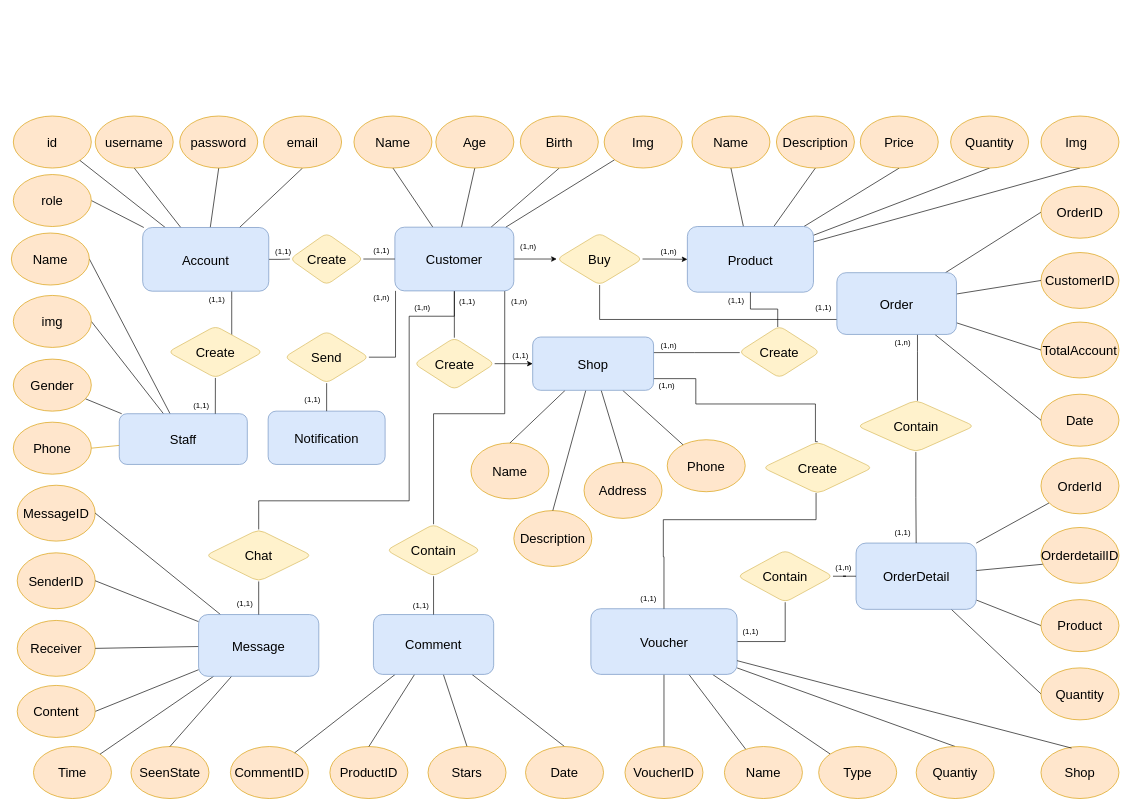
The draw.io diagram page "er diagram" (6 of 7) of Designed Diagram/diagram.drawio in lovecrushfamily/LovE-Commerce-v0.0.2, before the edit. Source tidied: cells renumbered, new cells numbered last; positions are measured from the earlier drawing's top-left corner, leaving out a move shared by most shapes. Both pictures are drawn from the tidied source at 65%, with x=0, y=0 at pixel (11, 116).
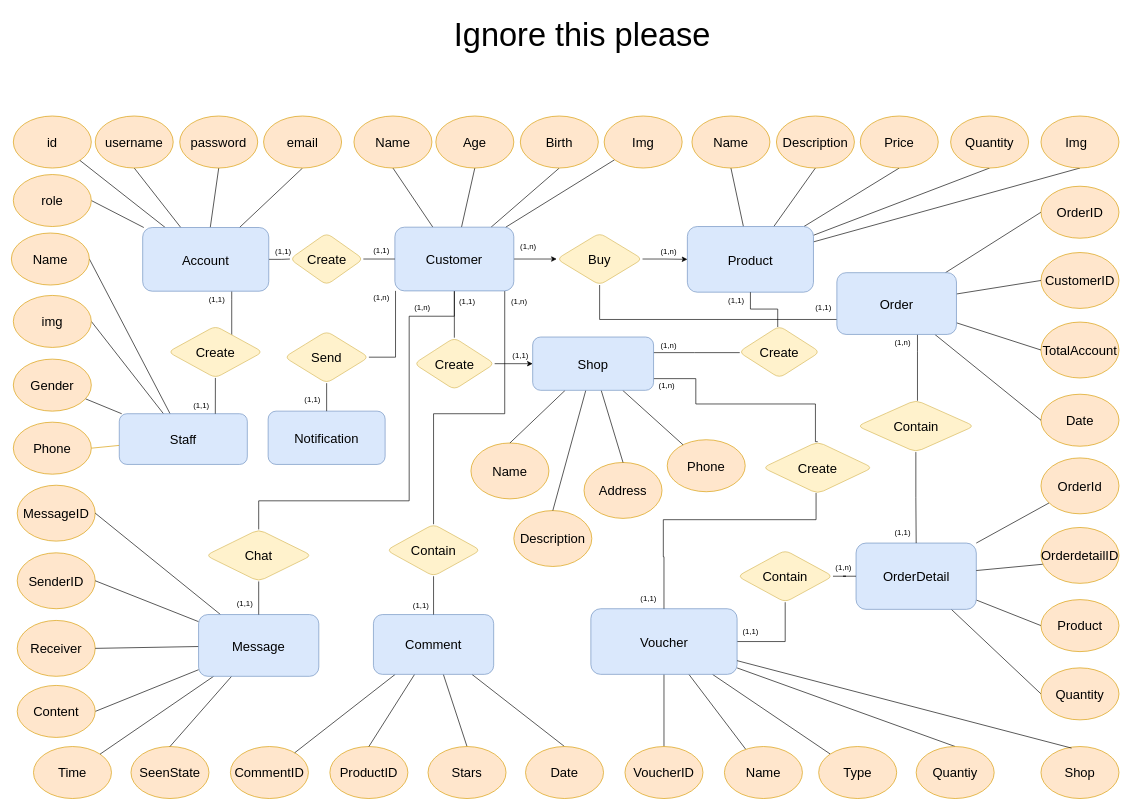
The same page after the edit.

What changed in the source:
```diff
@@
+    <mxCell id="160" value="&lt;font style=&quot;font-size: 50px;&quot;&gt;Ignore this please&lt;/font&gt;" style="text;html=1;align=center;verticalAlign=middle;strokeColor=none;fillColor=none;" parent="1" vertex="1">
+      <mxGeometry x="671" y="-161" width="413" height="72" as="geometry" />
+    </mxCell>
```
